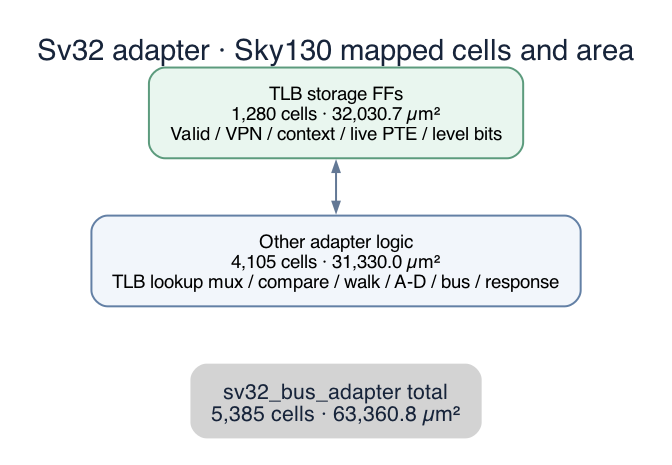
georgc4/rv32-linux-soc keeps this Graphviz diagram as docs/rtl-block-diagrams/sv32-adapter-area.png. Above is the earlier version. Its source is kept beside it as docs/rtl-block-diagrams/sv32-adapter-area.dot. The source it was exported from:
```dot
digraph sv32_area {
  graph [rankdir=TB, bgcolor="white", pad=0.28, nodesep=0.7, ranksep=0.6,
         fontname="Helvetica", fontsize=22, fontcolor="#17243a",
         label="Sv32 adapter · Sky130 mapped cells and area", labelloc=t];
  node [shape=box, style="rounded,filled", penwidth=1.5, fontname="Helvetica",
        fontsize=14, margin="0.22,0.16"];
  edge [color="#637895", arrowsize=0.75, penwidth=1.5, dir=both];
  tlb [label="TLB storage FFs\n1,280 cells · 32,030.7 µm²\nValid / VPN / context / live PTE / level bits", fillcolor="#e9f6ef", color="#5c9b7d"];
  other [label="Other adapter logic\n4,105 cells · 31,330.0 µm²\nTLB lookup mux / compare / walk / A-D / bus / response", fillcolor="#f2f6fb", color="#6380a5"];
  tlb -> other;
  total [shape=plaintext, label="sv32_bus_adapter total\n5,385 cells · 63,360.8 µm²", fontcolor="#17243a", fontsize=16];
  other -> total [style=invis];
}
```
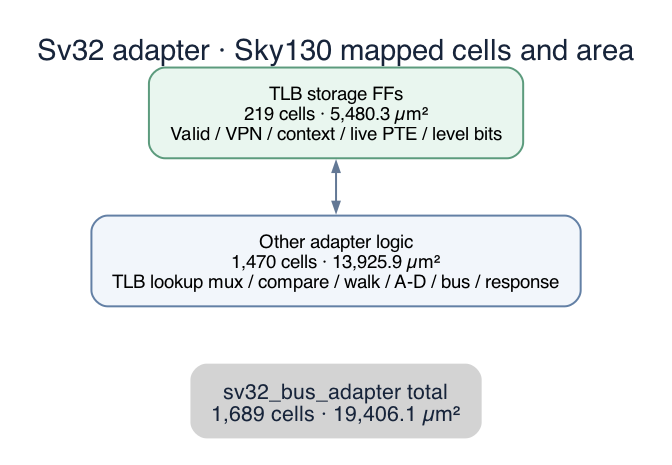
Above is the later version.

Change to the diagram source:
```diff
@@ -5,9 +5,9 @@
   node [shape=box, style="rounded,filled", penwidth=1.5, fontname="Helvetica",
         fontsize=14, margin="0.22,0.16"];
   edge [color="#637895", arrowsize=0.75, penwidth=1.5, dir=both];
-  tlb [label="TLB storage FFs\n1,280 cells · 32,030.7 µm²\nValid / VPN / context / live PTE / level bits", fillcolor="#e9f6ef", color="#5c9b7d"];
-  other [label="Other adapter logic\n4,105 cells · 31,330.0 µm²\nTLB lookup mux / compare / walk / A-D / bus / response", fillcolor="#f2f6fb", color="#6380a5"];
+  tlb [label="TLB storage FFs\n219 cells · 5,480.3 µm²\nValid / VPN / context / live PTE / level bits", fillcolor="#e9f6ef", color="#5c9b7d"];
+  other [label="Other adapter logic\n1,470 cells · 13,925.9 µm²\nTLB lookup mux / compare / walk / A-D / bus / response", fillcolor="#f2f6fb", color="#6380a5"];
   tlb -> other;
-  total [shape=plaintext, label="sv32_bus_adapter total\n5,385 cells · 63,360.8 µm²", fontcolor="#17243a", fontsize=16];
+  total [shape=plaintext, label="sv32_bus_adapter total\n1,689 cells · 19,406.1 µm²", fontcolor="#17243a", fontsize=16];
   other -> total [style=invis];
 }
```
